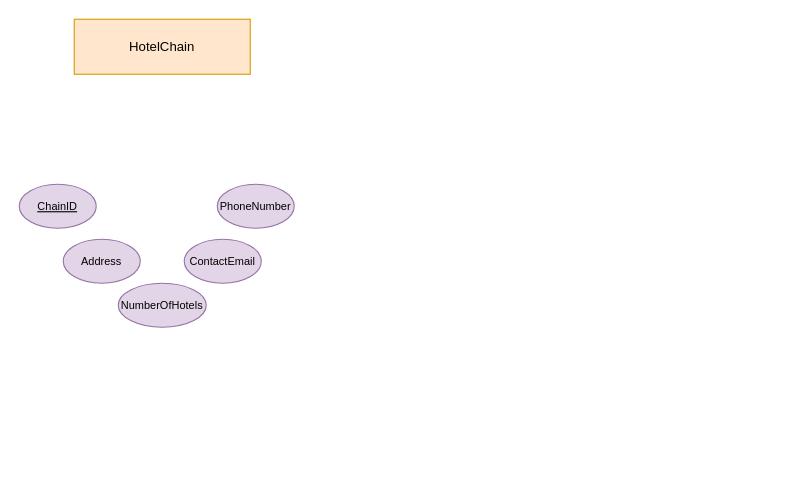
miuponn/eHotels-Project keeps this draw.io diagram as 1st-deliverable/ER Diagram.drawio. Above is the earlier version. Source tidied: cells renumbered, new cells numbered last; positions are measured from the earlier drawing's top-left corner, leaving out a move shared by most shapes. Both pictures are drawn from the tidied source at 110%, with x=0, y=0 at pixel (19, 19).
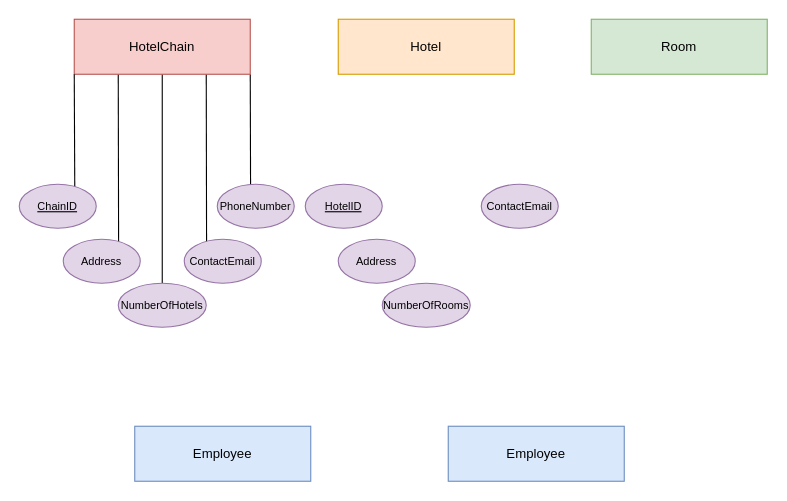
After the change.

Unchanged cells that the change refers to:
```xml
<mxCell id="4" value="&lt;span style=&quot;font-size: 10px;&quot;&gt;Address&lt;br&gt;&lt;/span&gt;" style="ellipse;whiteSpace=wrap;html=1;fillColor=#e1d5e7;strokeColor=#9673a6;" parent="1" vertex="1">
  <mxGeometry x="40" y="200" width="70" height="40" as="geometry" />
</mxCell>
<mxCell id="5" value="&lt;span style=&quot;font-size: 10px;&quot;&gt;NumberOfHotels&lt;br&gt;&lt;/span&gt;" style="ellipse;whiteSpace=wrap;html=1;fillColor=#e1d5e7;strokeColor=#9673a6;" parent="1" vertex="1">
  <mxGeometry x="90" y="240" width="80" height="40" as="geometry" />
</mxCell>
<mxCell id="6" value="&lt;span style=&quot;font-size: 10px;&quot;&gt;ContactEmail&lt;br&gt;&lt;/span&gt;" style="ellipse;whiteSpace=wrap;html=1;fillColor=#e1d5e7;strokeColor=#9673a6;" parent="1" vertex="1">
  <mxGeometry x="150" y="200" width="70" height="40" as="geometry" />
</mxCell>
<mxCell id="7" value="&lt;span style=&quot;font-size: 10px;&quot;&gt;PhoneNumber&lt;br&gt;&lt;/span&gt;" style="ellipse;whiteSpace=wrap;html=1;fillColor=#e1d5e7;strokeColor=#9673a6;" parent="1" vertex="1">
  <mxGeometry x="180" y="150" width="70" height="40" as="geometry" />
</mxCell>
```

Diff of the diagram source:
```diff
@@
+    <mxCell id="8" style="edgeStyle=none;jettySize=auto;html=1;exitX=1;exitY=1;exitDx=0;exitDy=0;exitPerimeter=0;entryX=0.433;entryY=0.25;entryDx=0;entryDy=0;entryPerimeter=0;endArrow=none;endFill=0;" parent="1" edge="1" source="2" target="7">
+      <mxGeometry relative="1" as="geometry" />
+    </mxCell>
+    <mxCell id="9" style="edgeStyle=none;jettySize=auto;html=1;exitX=0.75;exitY=1;exitDx=0;exitDy=0;exitPerimeter=0;entryX=0.29;entryY=0.25;entryDx=0;entryDy=0;entryPerimeter=0;endArrow=none;endFill=0;" parent="1" edge="1" source="2" target="6">
+      <mxGeometry relative="1" as="geometry" />
+    </mxCell>
+    <mxCell id="10" style="edgeStyle=none;jettySize=auto;html=1;exitX=0.25;exitY=1;exitDx=0;exitDy=0;exitPerimeter=0;entryX=0.719;entryY=0.25;entryDx=0;entryDy=0;entryPerimeter=0;endArrow=none;endFill=0;" parent="1" edge="1" source="2" target="4">
+      <mxGeometry relative="1" as="geometry" />
+    </mxCell>
+    <mxCell id="11" style="edgeStyle=none;jettySize=auto;html=1;exitX=0.5;exitY=1;exitDx=0;exitDy=0;exitPerimeter=0;entryX=0.5;entryY=0;entryDx=0;entryDy=0;endArrow=none;endFill=0;" parent="1" edge="1" source="2" target="5">
+      <mxGeometry relative="1" as="geometry" />
+    </mxCell>
-    <mxCell id="2" value="HotelChain" style="rounded=0;whiteSpace=wrap;html=1;fillColor=#ffe6cc;strokeColor=#d79b00;" parent="1" vertex="1">
+    <mxCell id="2" value="HotelChain" style="rounded=0;whiteSpace=wrap;html=1;fillColor=#f8cecc;strokeColor=#b85450;points=[[0,0,0,0,0],[0,0.25,0,0,0],[0,0.5,0,0,0],[0,0.75,0,0,0],[0,1,0,0,0],[0.25,0,0,0,0],[0.25,1,0,0,0],[0.5,0,0,0,0],[0.5,1,0,0,0],[0.75,0,0,0,0],[0.75,1,0,0,0],[1,0,0,0,0],[1,0.25,0,0,0],[1,0.5,0,0,0],[1,0.75,0,0,0],[1,1,0,0,0]];" parent="1" vertex="1">
       <mxGeometry x="50" width="160" height="50" as="geometry" />
     </mxCell>
-    <mxCell id="3" value="&lt;u&gt;&lt;font style=&quot;font-size: 10px;&quot;&gt;ChainID&lt;/font&gt;&lt;/u&gt;" style="ellipse;whiteSpace=wrap;html=1;fillColor=#e1d5e7;strokeColor=#9673a6;" parent="1" vertex="1">
-      <mxGeometry y="150" width="70" height="40" as="geometry" />
-    </mxCell>
@@
+    <mxCell id="12" style="edgeStyle=none;jettySize=auto;html=1;exitX=0;exitY=1;exitDx=0;exitDy=0;exitPerimeter=0;endArrow=none;endFill=0;entryX=0.721;entryY=0.077;entryDx=0;entryDy=0;entryPerimeter=0;" parent="1" edge="1" source="2" target="3">
+      <mxGeometry relative="1" as="geometry" />
+    </mxCell>
+    <mxCell id="3" value="&lt;u&gt;&lt;font style=&quot;font-size: 10px;&quot;&gt;ChainID&lt;/font&gt;&lt;/u&gt;" style="ellipse;whiteSpace=wrap;html=1;fillColor=#e1d5e7;strokeColor=#9673a6;points=[[0,0,0,0,0],[0,0.5,0,0,0],[0,1,0,0,0],[0.5,0,0,0,0],[0.5,1,0,0,0],[1,0,0,0,0],[1,0.5,0,0,0],[1,1,0,0,0]];" parent="1" vertex="1">
+      <mxGeometry y="150" width="70" height="40" as="geometry" />
+    </mxCell>
+    <mxCell id="13" value="Hotel" style="rounded=0;whiteSpace=wrap;html=1;fillColor=#ffe6cc;strokeColor=#d79b00;" parent="1" vertex="1">
+      <mxGeometry x="290" width="160" height="50" as="geometry" />
+    </mxCell>
+    <mxCell id="14" value="&lt;u&gt;&lt;font style=&quot;font-size: 10px;&quot;&gt;HotelID&lt;/font&gt;&lt;/u&gt;" style="ellipse;whiteSpace=wrap;html=1;fillColor=#e1d5e7;strokeColor=#9673a6;" parent="1" vertex="1">
+      <mxGeometry x="260" y="150" width="70" height="40" as="geometry" />
+    </mxCell>
+    <mxCell id="15" value="&lt;span style=&quot;font-size: 10px;&quot;&gt;NumberOfRooms&lt;br&gt;&lt;/span&gt;" style="ellipse;whiteSpace=wrap;html=1;fillColor=#e1d5e7;strokeColor=#9673a6;" parent="1" vertex="1">
+      <mxGeometry x="330" y="240" width="80" height="40" as="geometry" />
+    </mxCell>
+    <mxCell id="16" value="&lt;span style=&quot;font-size: 10px;&quot;&gt;Address&lt;br&gt;&lt;/span&gt;" style="ellipse;whiteSpace=wrap;html=1;fillColor=#e1d5e7;strokeColor=#9673a6;" parent="1" vertex="1">
+      <mxGeometry x="290" y="200" width="70" height="40" as="geometry" />
+    </mxCell>
+    <mxCell id="17" value="&lt;span style=&quot;font-size: 10px;&quot;&gt;ContactEmail&lt;br&gt;&lt;/span&gt;" style="ellipse;whiteSpace=wrap;html=1;fillColor=#e1d5e7;strokeColor=#9673a6;" parent="1" vertex="1">
+      <mxGeometry x="420" y="150" width="70" height="40" as="geometry" />
+    </mxCell>
+    <mxCell id="18" value="Room" style="rounded=0;whiteSpace=wrap;html=1;fillColor=#d5e8d4;strokeColor=#82b366;" parent="1" vertex="1">
+      <mxGeometry x="520" width="160" height="50" as="geometry" />
+    </mxCell>
+    <mxCell id="19" value="Employee" style="rounded=0;whiteSpace=wrap;html=1;fillColor=#dae8fc;strokeColor=#6c8ebf;" parent="1" vertex="1">
+      <mxGeometry x="105" y="370" width="160" height="50" as="geometry" />
+    </mxCell>
+    <mxCell id="20" value="Employee" style="rounded=0;whiteSpace=wrap;html=1;fillColor=#dae8fc;strokeColor=#6c8ebf;" parent="1" vertex="1">
+      <mxGeometry x="390" y="370" width="160" height="50" as="geometry" />
+    </mxCell>
```
